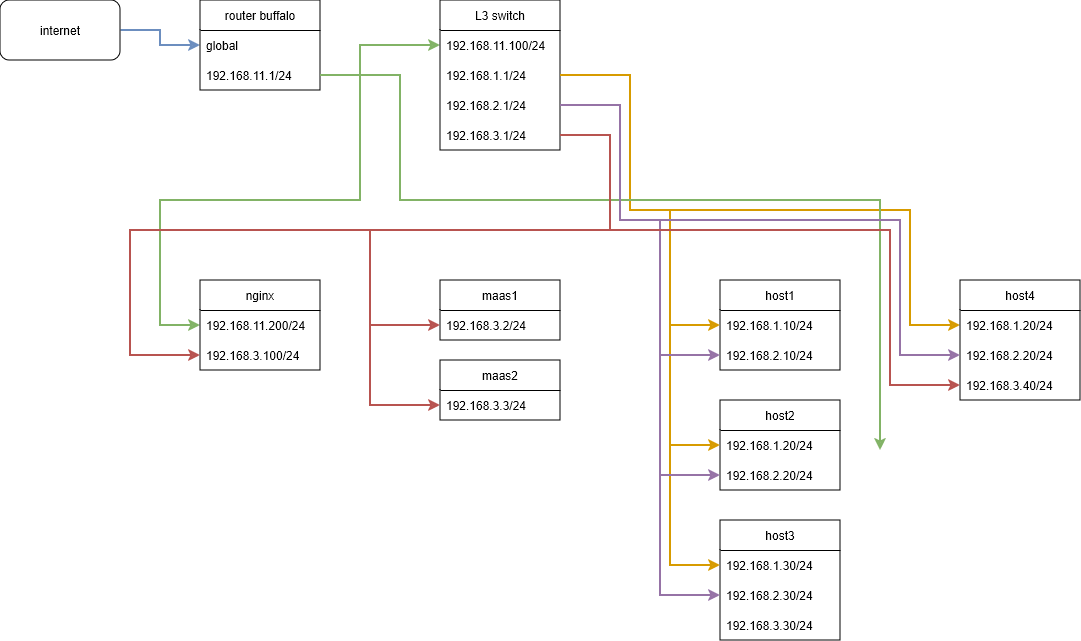
The draw.io diagram config/network.drawio.png in kigawa01/kigawa01, before a commit. Source tidied: cells renumbered, new cells last; positions are measured from the earlier drawing's top-left corner, leaving out a move shared by most shapes.
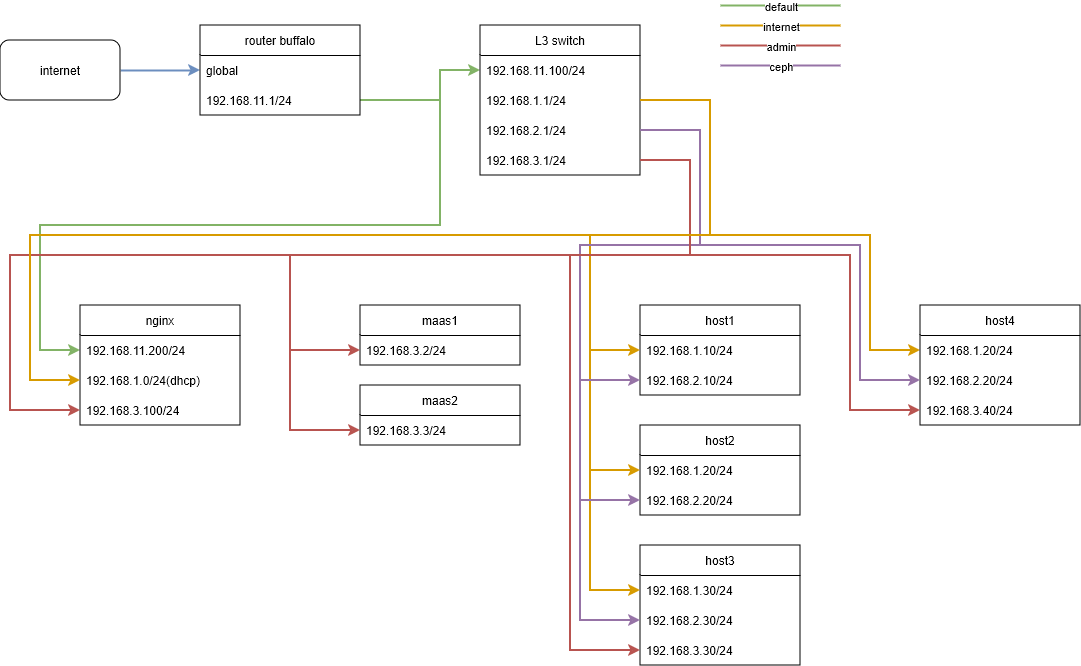
Above is the later version.

Commit message:
network.drawio.png を更新します

Diff of the diagram source:
```diff
@@ -7,6 +7,6 @@
         <Array as="points">
-          <mxPoint x="360" y="75" />
-          <mxPoint x="360" y="200" />
-          <mxPoint x="160" y="200" />
-          <mxPoint x="160" y="325" />
+          <mxPoint x="440" y="75" />
+          <mxPoint x="440" y="200" />
+          <mxPoint x="40" y="200" />
+          <mxPoint x="40" y="325" />
         </Array>
@@ -17,6 +17,6 @@
         <Array as="points">
-          <mxPoint x="630" y="75" />
-          <mxPoint x="630" y="210" />
-          <mxPoint x="910" y="210" />
-          <mxPoint x="910" y="325" />
+          <mxPoint x="710" y="75" />
+          <mxPoint x="710" y="210" />
+          <mxPoint x="870" y="210" />
+          <mxPoint x="870" y="325" />
         </Array>
@@ -27,4 +27,4 @@
         <Array as="points">
-          <mxPoint x="360" y="75" />
-          <mxPoint x="360" y="45" />
+          <mxPoint x="440" y="75" />
+          <mxPoint x="440" y="45" />
         </Array>
@@ -36,42 +36,45 @@
     <mxCell id="6" value="internet" style="rounded=1;whiteSpace=wrap;html=1;" parent="1" vertex="1">
-      <mxGeometry width="120" height="60" as="geometry" />
+      <mxGeometry y="15" width="120" height="60" as="geometry" />
     </mxCell>
     <mxCell id="7" value="router buffalo" style="swimlane;fontStyle=0;horizontal=1;startSize=30;whiteSpace=wrap;html=1;" parent="1" vertex="1">
-      <mxGeometry x="200" width="120" height="90" as="geometry" />
+      <mxGeometry x="200" width="160" height="90" as="geometry" />
     </mxCell>
     <mxCell id="8" value="global" style="text;strokeColor=none;fillColor=none;align=left;verticalAlign=middle;spacingLeft=4;spacingRight=4;overflow=hidden;points=[[0,0.5],[1,0.5]];portConstraint=eastwest;whiteSpace=wrap;html=1;" parent="7" vertex="1">
-      <mxGeometry y="30" width="120" height="30" as="geometry" />
+      <mxGeometry y="30" width="160" height="30" as="geometry" />
     </mxCell>
     <mxCell id="9" value="192.168.11.1/24" style="text;strokeColor=none;fillColor=none;align=left;verticalAlign=middle;spacingLeft=4;spacingRight=4;overflow=hidden;points=[[0,0.5],[1,0.5]];portConstraint=eastwest;whiteSpace=wrap;html=1;" parent="7" vertex="1">
-      <mxGeometry y="60" width="120" height="30" as="geometry" />
+      <mxGeometry y="60" width="160" height="30" as="geometry" />
     </mxCell>
     <mxCell id="10" value="L3 switch" style="swimlane;fontStyle=0;horizontal=1;startSize=30;whiteSpace=wrap;html=1;" parent="1" vertex="1">
-      <mxGeometry x="440" width="120" height="150" as="geometry" />
+      <mxGeometry x="480" width="160" height="150" as="geometry" />
     </mxCell>
     <mxCell id="11" value="192.168.11.100/24&lt;span style=&quot;white-space: pre;&quot;&gt;&#9;&lt;/span&gt;" style="text;strokeColor=none;fillColor=none;align=left;verticalAlign=middle;spacingLeft=4;spacingRight=4;overflow=hidden;points=[[0,0.5],[1,0.5]];portConstraint=eastwest;whiteSpace=wrap;html=1;" parent="10" vertex="1">
-      <mxGeometry y="30" width="120" height="30" as="geometry" />
+      <mxGeometry y="30" width="160" height="30" as="geometry" />
     </mxCell>
     <mxCell id="12" value="192.168.1.1/24" style="text;strokeColor=none;fillColor=none;align=left;verticalAlign=middle;spacingLeft=4;spacingRight=4;overflow=hidden;points=[[0,0.5],[1,0.5]];portConstraint=eastwest;whiteSpace=wrap;html=1;" parent="10" vertex="1">
-      <mxGeometry y="60" width="120" height="30" as="geometry" />
+      <mxGeometry y="60" width="160" height="30" as="geometry" />
     </mxCell>
     <mxCell id="13" value="192.168.2.1/24" style="text;strokeColor=none;fillColor=none;align=left;verticalAlign=middle;spacingLeft=4;spacingRight=4;overflow=hidden;points=[[0,0.5],[1,0.5]];portConstraint=eastwest;whiteSpace=wrap;html=1;" parent="10" vertex="1">
-      <mxGeometry y="90" width="120" height="30" as="geometry" />
+      <mxGeometry y="90" width="160" height="30" as="geometry" />
     </mxCell>
     <mxCell id="14" value="192.168.3.1/24" style="text;strokeColor=none;fillColor=none;align=left;verticalAlign=middle;spacingLeft=4;spacingRight=4;overflow=hidden;points=[[0,0.5],[1,0.5]];portConstraint=eastwest;whiteSpace=wrap;html=1;" parent="10" vertex="1">
-      <mxGeometry y="120" width="120" height="30" as="geometry" />
+      <mxGeometry y="120" width="160" height="30" as="geometry" />
     </mxCell>
     <mxCell id="15" value="nginx" style="swimlane;fontStyle=0;horizontal=1;startSize=30;whiteSpace=wrap;html=1;" parent="1" vertex="1">
-      <mxGeometry x="200" y="280" width="120" height="90" as="geometry" />
+      <mxGeometry x="80" y="280" width="160" height="120" as="geometry" />
     </mxCell>
     <mxCell id="16" value="192.168.11.200/24" style="text;strokeColor=none;fillColor=none;align=left;verticalAlign=middle;spacingLeft=4;spacingRight=4;overflow=hidden;points=[[0,0.5],[1,0.5]];portConstraint=eastwest;whiteSpace=wrap;html=1;" parent="15" vertex="1">
-      <mxGeometry y="30" width="120" height="30" as="geometry" />
+      <mxGeometry y="30" width="160" height="30" as="geometry" />
     </mxCell>
+    <mxCell id="48" value="192.168.1.0/24(dhcp)" style="text;strokeColor=none;fillColor=none;align=left;verticalAlign=middle;spacingLeft=4;spacingRight=4;overflow=hidden;points=[[0,0.5],[1,0.5]];portConstraint=eastwest;whiteSpace=wrap;html=1;" parent="15" vertex="1">
+      <mxGeometry y="60" width="160" height="30" as="geometry" />
+    </mxCell>
     <mxCell id="17" value="192.168.3.100/24" style="text;strokeColor=none;fillColor=none;align=left;verticalAlign=middle;spacingLeft=4;spacingRight=4;overflow=hidden;points=[[0,0.5],[1,0.5]];portConstraint=eastwest;whiteSpace=wrap;html=1;" parent="15" vertex="1">
-      <mxGeometry y="60" width="120" height="30" as="geometry" />
+      <mxGeometry y="90" width="160" height="30" as="geometry" />
     </mxCell>
     <mxCell id="18" value="maas1" style="swimlane;fontStyle=0;horizontal=1;startSize=30;whiteSpace=wrap;html=1;" parent="1" vertex="1">
-      <mxGeometry x="440" y="280" width="120" height="60" as="geometry" />
+      <mxGeometry x="360" y="280" width="160" height="60" as="geometry" />
     </mxCell>
     <mxCell id="19" value="192.168.3.2/24" style="text;strokeColor=none;fillColor=none;align=left;verticalAlign=middle;spacingLeft=4;spacingRight=4;overflow=hidden;points=[[0,0.5],[1,0.5]];portConstraint=eastwest;whiteSpace=wrap;html=1;" parent="18" vertex="1">
-      <mxGeometry y="30" width="120" height="30" as="geometry" />
+      <mxGeometry y="30" width="160" height="30" as="geometry" />
     </mxCell>
@@ -80,6 +83,6 @@
         <Array as="points">
-          <mxPoint x="610" y="135" />
-          <mxPoint x="610" y="230" />
-          <mxPoint x="370" y="230" />
-          <mxPoint x="370" y="325" />
+          <mxPoint x="690" y="135" />
+          <mxPoint x="690" y="230" />
+          <mxPoint x="290" y="230" />
+          <mxPoint x="290" y="325" />
         </Array>
@@ -88,6 +91,6 @@
     <mxCell id="21" value="maas2" style="swimlane;fontStyle=0;horizontal=1;startSize=30;whiteSpace=wrap;html=1;" parent="1" vertex="1">
-      <mxGeometry x="440" y="360" width="120" height="60" as="geometry" />
+      <mxGeometry x="360" y="360" width="160" height="60" as="geometry" />
     </mxCell>
     <mxCell id="22" value="192.168.3.3/24" style="text;strokeColor=none;fillColor=none;align=left;verticalAlign=middle;spacingLeft=4;spacingRight=4;overflow=hidden;points=[[0,0.5],[1,0.5]];portConstraint=eastwest;whiteSpace=wrap;html=1;" parent="21" vertex="1">
-      <mxGeometry y="30" width="120" height="30" as="geometry" />
+      <mxGeometry y="30" width="160" height="30" as="geometry" />
     </mxCell>
@@ -96,6 +99,6 @@
         <Array as="points">
-          <mxPoint x="610" y="135" />
-          <mxPoint x="610" y="230" />
-          <mxPoint x="370" y="230" />
-          <mxPoint x="370" y="405" />
+          <mxPoint x="690" y="135" />
+          <mxPoint x="690" y="230" />
+          <mxPoint x="290" y="230" />
+          <mxPoint x="290" y="405" />
         </Array>
@@ -104,9 +107,9 @@
     <mxCell id="24" value="host1" style="swimlane;fontStyle=0;horizontal=1;startSize=30;whiteSpace=wrap;html=1;" parent="1" vertex="1">
-      <mxGeometry x="720" y="280" width="120" height="90" as="geometry" />
+      <mxGeometry x="640" y="280" width="160" height="90" as="geometry" />
     </mxCell>
     <mxCell id="25" value="192.168.1.10/24" style="text;strokeColor=none;fillColor=none;align=left;verticalAlign=middle;spacingLeft=4;spacingRight=4;overflow=hidden;points=[[0,0.5],[1,0.5]];portConstraint=eastwest;whiteSpace=wrap;html=1;" parent="24" vertex="1">
-      <mxGeometry y="30" width="120" height="30" as="geometry" />
+      <mxGeometry y="30" width="160" height="30" as="geometry" />
     </mxCell>
     <mxCell id="26" value="192.168.2.10/24" style="text;strokeColor=none;fillColor=none;align=left;verticalAlign=middle;spacingLeft=4;spacingRight=4;overflow=hidden;points=[[0,0.5],[1,0.5]];portConstraint=eastwest;whiteSpace=wrap;html=1;" parent="24" vertex="1">
-      <mxGeometry y="60" width="120" height="30" as="geometry" />
+      <mxGeometry y="60" width="160" height="30" as="geometry" />
     </mxCell>
@@ -115,6 +118,6 @@
         <Array as="points">
-          <mxPoint x="630" y="75" />
-          <mxPoint x="630" y="210" />
-          <mxPoint x="670" y="210" />
-          <mxPoint x="670" y="325" />
+          <mxPoint x="710" y="75" />
+          <mxPoint x="710" y="210" />
+          <mxPoint x="590" y="210" />
+          <mxPoint x="590" y="325" />
         </Array>
@@ -123,33 +126,33 @@
     <mxCell id="28" value="host2" style="swimlane;fontStyle=0;horizontal=1;startSize=30;whiteSpace=wrap;html=1;" parent="1" vertex="1">
-      <mxGeometry x="720" y="400" width="120" height="90" as="geometry" />
+      <mxGeometry x="640" y="400" width="160" height="90" as="geometry" />
     </mxCell>
     <mxCell id="29" value="192.168.1.20/24" style="text;strokeColor=none;fillColor=none;align=left;verticalAlign=middle;spacingLeft=4;spacingRight=4;overflow=hidden;points=[[0,0.5],[1,0.5]];portConstraint=eastwest;whiteSpace=wrap;html=1;" parent="28" vertex="1">
-      <mxGeometry y="30" width="120" height="30" as="geometry" />
+      <mxGeometry y="30" width="160" height="30" as="geometry" />
     </mxCell>
     <mxCell id="30" value="192.168.2.20/24" style="text;strokeColor=none;fillColor=none;align=left;verticalAlign=middle;spacingLeft=4;spacingRight=4;overflow=hidden;points=[[0,0.5],[1,0.5]];portConstraint=eastwest;whiteSpace=wrap;html=1;" parent="28" vertex="1">
-      <mxGeometry y="60" width="120" height="30" as="geometry" />
+      <mxGeometry y="60" width="160" height="30" as="geometry" />
     </mxCell>
     <mxCell id="31" value="host3" style="swimlane;fontStyle=0;horizontal=1;startSize=30;whiteSpace=wrap;html=1;" parent="1" vertex="1">
-      <mxGeometry x="720" y="520" width="120" height="120" as="geometry" />
+      <mxGeometry x="640" y="520" width="160" height="120" as="geometry" />
     </mxCell>
     <mxCell id="32" value="192.168.1.30/24" style="text;strokeColor=none;fillColor=none;align=left;verticalAlign=middle;spacingLeft=4;spacingRight=4;overflow=hidden;points=[[0,0.5],[1,0.5]];portConstraint=eastwest;whiteSpace=wrap;html=1;" parent="31" vertex="1">
-      <mxGeometry y="30" width="120" height="30" as="geometry" />
+      <mxGeometry y="30" width="160" height="30" as="geometry" />
     </mxCell>
     <mxCell id="33" value="192.168.2.30/24" style="text;strokeColor=none;fillColor=none;align=left;verticalAlign=middle;spacingLeft=4;spacingRight=4;overflow=hidden;points=[[0,0.5],[1,0.5]];portConstraint=eastwest;whiteSpace=wrap;html=1;" parent="31" vertex="1">
-      <mxGeometry y="60" width="120" height="30" as="geometry" />
+      <mxGeometry y="60" width="160" height="30" as="geometry" />
     </mxCell>
     <mxCell id="34" value="192.168.3.30/24" style="text;strokeColor=none;fillColor=none;align=left;verticalAlign=middle;spacingLeft=4;spacingRight=4;overflow=hidden;points=[[0,0.5],[1,0.5]];portConstraint=eastwest;whiteSpace=wrap;html=1;" parent="31" vertex="1">
-      <mxGeometry y="90" width="120" height="30" as="geometry" />
+      <mxGeometry y="90" width="160" height="30" as="geometry" />
     </mxCell>
     <mxCell id="35" value="host4" style="swimlane;fontStyle=0;horizontal=1;startSize=30;whiteSpace=wrap;html=1;" parent="1" vertex="1">
-      <mxGeometry x="960" y="280" width="120" height="120" as="geometry" />
+      <mxGeometry x="920" y="280" width="160" height="120" as="geometry" />
     </mxCell>
     <mxCell id="36" value="192.168.1.20/24" style="text;strokeColor=none;fillColor=none;align=left;verticalAlign=middle;spacingLeft=4;spacingRight=4;overflow=hidden;points=[[0,0.5],[1,0.5]];portConstraint=eastwest;whiteSpace=wrap;html=1;" parent="35" vertex="1">
-      <mxGeometry y="30" width="120" height="30" as="geometry" />
+      <mxGeometry y="30" width="160" height="30" as="geometry" />
     </mxCell>
     <mxCell id="37" value="192.168.2.20/24" style="text;strokeColor=none;fillColor=none;align=left;verticalAlign=middle;spacingLeft=4;spacingRight=4;overflow=hidden;points=[[0,0.5],[1,0.5]];portConstraint=eastwest;whiteSpace=wrap;html=1;" parent="35" vertex="1">
-      <mxGeometry y="60" width="120" height="30" as="geometry" />
+      <mxGeometry y="60" width="160" height="30" as="geometry" />
     </mxCell>
     <mxCell id="38" value="192.168.3.40/24" style="text;strokeColor=none;fillColor=none;align=left;verticalAlign=middle;spacingLeft=4;spacingRight=4;overflow=hidden;points=[[0,0.5],[1,0.5]];portConstraint=eastwest;whiteSpace=wrap;html=1;" parent="35" vertex="1">
-      <mxGeometry y="90" width="120" height="30" as="geometry" />
+      <mxGeometry y="90" width="160" height="30" as="geometry" />
     </mxCell>
@@ -158,6 +161,6 @@
         <Array as="points">
-          <mxPoint x="630" y="75" />
-          <mxPoint x="630" y="210" />
-          <mxPoint x="670" y="210" />
-          <mxPoint x="670" y="565" />
+          <mxPoint x="710" y="75" />
+          <mxPoint x="710" y="210" />
+          <mxPoint x="590" y="210" />
+          <mxPoint x="590" y="565" />
         </Array>
@@ -168,6 +171,6 @@
         <Array as="points">
-          <mxPoint x="630" y="75" />
-          <mxPoint x="630" y="210" />
-          <mxPoint x="670" y="210" />
-          <mxPoint x="670" y="445" />
+          <mxPoint x="710" y="75" />
+          <mxPoint x="710" y="210" />
+          <mxPoint x="590" y="210" />
+          <mxPoint x="590" y="445" />
         </Array>
@@ -178,6 +181,6 @@
         <Array as="points">
-          <mxPoint x="620" y="105" />
-          <mxPoint x="620" y="220" />
-          <mxPoint x="660" y="220" />
-          <mxPoint x="660" y="355" />
+          <mxPoint x="700" y="105" />
+          <mxPoint x="700" y="220" />
+          <mxPoint x="580" y="220" />
+          <mxPoint x="580" y="355" />
         </Array>
@@ -188,6 +191,6 @@
         <Array as="points">
-          <mxPoint x="620" y="105" />
-          <mxPoint x="620" y="220" />
-          <mxPoint x="660" y="220" />
-          <mxPoint x="660" y="475" />
+          <mxPoint x="700" y="105" />
+          <mxPoint x="700" y="220" />
+          <mxPoint x="580" y="220" />
+          <mxPoint x="580" y="475" />
         </Array>
@@ -195,13 +198,2 @@
     </mxCell>
-    <mxCell id="43" style="edgeStyle=orthogonalEdgeStyle;rounded=0;jettySize=auto;html=1;exitX=1;exitY=0.5;exitDx=0;exitDy=0;fillColor=#d5e8d4;strokeColor=#82b366;strokeWidth=2;entryX=0;entryY=0.5;entryDx=0;entryDy=0;" parent="1" edge="1" source="9">
-      <mxGeometry relative="1" as="geometry">
-        <mxPoint x="880" y="450" as="targetPoint" />
-        <Array as="points">
-          <mxPoint x="400" y="75" />
-          <mxPoint x="400" y="200" />
-          <mxPoint x="880" y="200" />
-          <mxPoint x="880" y="325" />
-        </Array>
-      </mxGeometry>
-    </mxCell>
     <mxCell id="44" style="edgeStyle=orthogonalEdgeStyle;rounded=0;jettySize=auto;html=1;exitX=1;exitY=0.5;exitDx=0;exitDy=0;entryX=0;entryY=0.5;entryDx=0;entryDy=0;fillColor=#e1d5e7;strokeColor=#9673a6;strokeWidth=2;" parent="1" edge="1" source="13" target="37">
@@ -209,6 +201,6 @@
         <Array as="points">
-          <mxPoint x="620" y="105" />
-          <mxPoint x="620" y="220" />
-          <mxPoint x="900" y="220" />
-          <mxPoint x="900" y="355" />
+          <mxPoint x="700" y="105" />
+          <mxPoint x="700" y="220" />
+          <mxPoint x="860" y="220" />
+          <mxPoint x="860" y="355" />
         </Array>
@@ -219,6 +211,6 @@
         <Array as="points">
-          <mxPoint x="620" y="105" />
-          <mxPoint x="620" y="220" />
-          <mxPoint x="660" y="220" />
-          <mxPoint x="660" y="595" />
+          <mxPoint x="700" y="105" />
+          <mxPoint x="700" y="220" />
+          <mxPoint x="580" y="220" />
+          <mxPoint x="580" y="595" />
         </Array>
@@ -229,6 +221,6 @@
         <Array as="points">
-          <mxPoint x="610" y="135" />
-          <mxPoint x="610" y="230" />
-          <mxPoint x="890" y="230" />
-          <mxPoint x="890" y="385" />
+          <mxPoint x="690" y="135" />
+          <mxPoint x="690" y="230" />
+          <mxPoint x="850" y="230" />
+          <mxPoint x="850" y="385" />
         </Array>
@@ -239,6 +231,6 @@
         <Array as="points">
-          <mxPoint x="610" y="135" />
-          <mxPoint x="610" y="230" />
-          <mxPoint x="130" y="230" />
-          <mxPoint x="130" y="355" />
+          <mxPoint x="690" y="135" />
+          <mxPoint x="690" y="230" />
+          <mxPoint x="10" y="230" />
+          <mxPoint x="10" y="385" />
         </Array>
@@ -246,2 +238,58 @@
     </mxCell>
+    <mxCell id="49" style="endArrow=none;html=1;rounded=0;fillColor=#d5e8d4;strokeColor=#82b366;strokeWidth=2;" parent="1" edge="1">
+      <mxGeometry relative="1" as="geometry">
+        <mxPoint x="720" y="-20" as="sourcePoint" />
+        <mxPoint x="840" y="-20" as="targetPoint" />
+      </mxGeometry>
+    </mxCell>
+    <mxCell id="50" value="default" style="edgeLabel;html=1;align=center;verticalAlign=middle;" parent="49" vertex="1">
+      <mxGeometry y="-1" relative="1" as="geometry" />
+    </mxCell>
+    <mxCell id="51" style="endArrow=none;html=1;rounded=0;fillColor=#ffe6cc;strokeColor=#d79b00;strokeWidth=2;" parent="1" edge="1">
+      <mxGeometry relative="1" as="geometry">
+        <mxPoint x="720" as="sourcePoint" />
+        <mxPoint x="840" as="targetPoint" />
+      </mxGeometry>
+    </mxCell>
+    <mxCell id="52" value="internet" style="edgeLabel;html=1;align=center;verticalAlign=middle;" parent="51" vertex="1">
+      <mxGeometry y="-1" relative="1" as="geometry" />
+    </mxCell>
+    <mxCell id="53" style="endArrow=none;html=1;rounded=0;fillColor=#f8cecc;strokeColor=#b85450;strokeWidth=2;" parent="1" edge="1">
+      <mxGeometry relative="1" as="geometry">
+        <mxPoint x="720" y="20" as="sourcePoint" />
+        <mxPoint x="840" y="20" as="targetPoint" />
+      </mxGeometry>
+    </mxCell>
+    <mxCell id="54" value="admin" style="edgeLabel;html=1;align=center;verticalAlign=middle;" parent="53" vertex="1">
+      <mxGeometry y="-1" relative="1" as="geometry" />
+    </mxCell>
+    <mxCell id="55" style="endArrow=none;html=1;rounded=0;fillColor=#e1d5e7;strokeColor=#9673a6;strokeWidth=2;" parent="1" edge="1">
+      <mxGeometry relative="1" as="geometry">
+        <mxPoint x="720" y="40" as="sourcePoint" />
+        <mxPoint x="840" y="40" as="targetPoint" />
+      </mxGeometry>
+    </mxCell>
+    <mxCell id="56" value="ceph" style="edgeLabel;html=1;align=center;verticalAlign=middle;" parent="55" vertex="1">
+      <mxGeometry y="-1" relative="1" as="geometry" />
+    </mxCell>
+    <mxCell id="57" style="edgeStyle=orthogonalEdgeStyle;rounded=0;jettySize=auto;html=1;exitX=1;exitY=0.5;exitDx=0;exitDy=0;entryX=0;entryY=0.5;entryDx=0;entryDy=0;fillColor=#f8cecc;strokeColor=#b85450;strokeWidth=2;" parent="1" edge="1" source="14" target="34">
+      <mxGeometry relative="1" as="geometry">
+        <Array as="points">
+          <mxPoint x="690" y="135" />
+          <mxPoint x="690" y="230" />
+          <mxPoint x="570" y="230" />
+          <mxPoint x="570" y="625" />
+        </Array>
+      </mxGeometry>
+    </mxCell>
+    <mxCell id="58" style="edgeStyle=orthogonalEdgeStyle;rounded=0;jettySize=auto;html=1;exitX=1;exitY=0.5;exitDx=0;exitDy=0;entryX=0;entryY=0.5;entryDx=0;entryDy=0;fillColor=#ffe6cc;strokeColor=#d79b00;strokeWidth=2;" parent="1" edge="1" source="12" target="48">
+      <mxGeometry relative="1" as="geometry">
+        <Array as="points">
+          <mxPoint x="710" y="75" />
+          <mxPoint x="710" y="210" />
+          <mxPoint x="30" y="210" />
+          <mxPoint x="30" y="355" />
+        </Array>
+      </mxGeometry>
+    </mxCell>
   </root>
```
